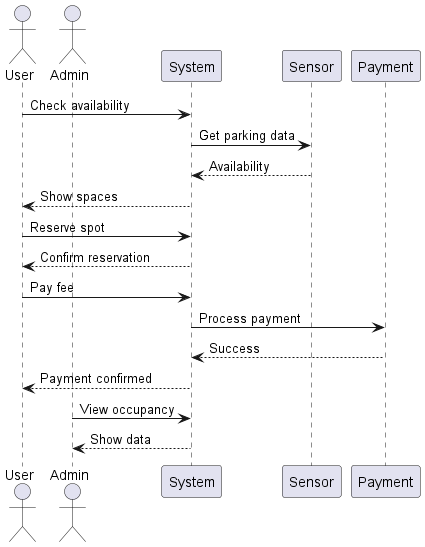
mar20210937/software-engineering keeps this PlantUML diagram as docs/images/sequence_high_level.png. Above is the earlier version.
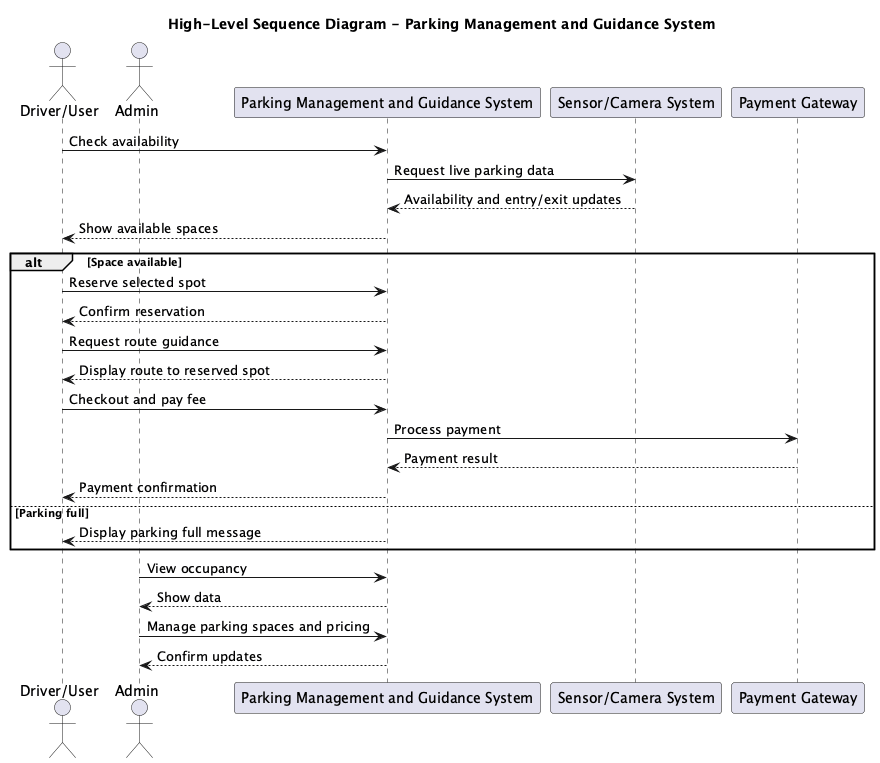
After the change.

The edit, as a diff of the source:
```diff
@@ -1,24 +1,36 @@
-@startuml
-actor User
+@startuml sequence_high_level
+!pragma layout smetana
+title High-Level Sequence Diagram - Parking Management and Guidance System
+
+actor "Driver/User" as User
 actor Admin
 
-participant System
-participant Sensor
-participant Payment
+participant "Parking Management and Guidance System" as System
+participant "Sensor/Camera System" as Sensor
+participant "Payment Gateway" as Payment
 
 User -> System: Check availability
-System -> Sensor: Get parking data
-Sensor --> System: Availability
-System --> User: Show spaces
+System -> Sensor: Request live parking data
+Sensor --> System: Availability and entry/exit updates
+System --> User: Show available spaces
 
-User -> System: Reserve spot
-System --> User: Confirm reservation
+alt Space available
+  User -> System: Reserve selected spot
+  System --> User: Confirm reservation
+  User -> System: Request route guidance
+  System --> User: Display route to reserved spot
 
-User -> System: Pay fee
-System -> Payment: Process payment
-Payment --> System: Success
-System --> User: Payment confirmed
+  User -> System: Checkout and pay fee
+  System -> Payment: Process payment
+  Payment --> System: Payment result
+  System --> User: Payment confirmation
+else Parking full
+  System --> User: Display parking full message
+end
 
 Admin -> System: View occupancy
 System --> Admin: Show data
+
+Admin -> System: Manage parking spaces and pricing
+System --> Admin: Confirm updates
 @enduml
```
